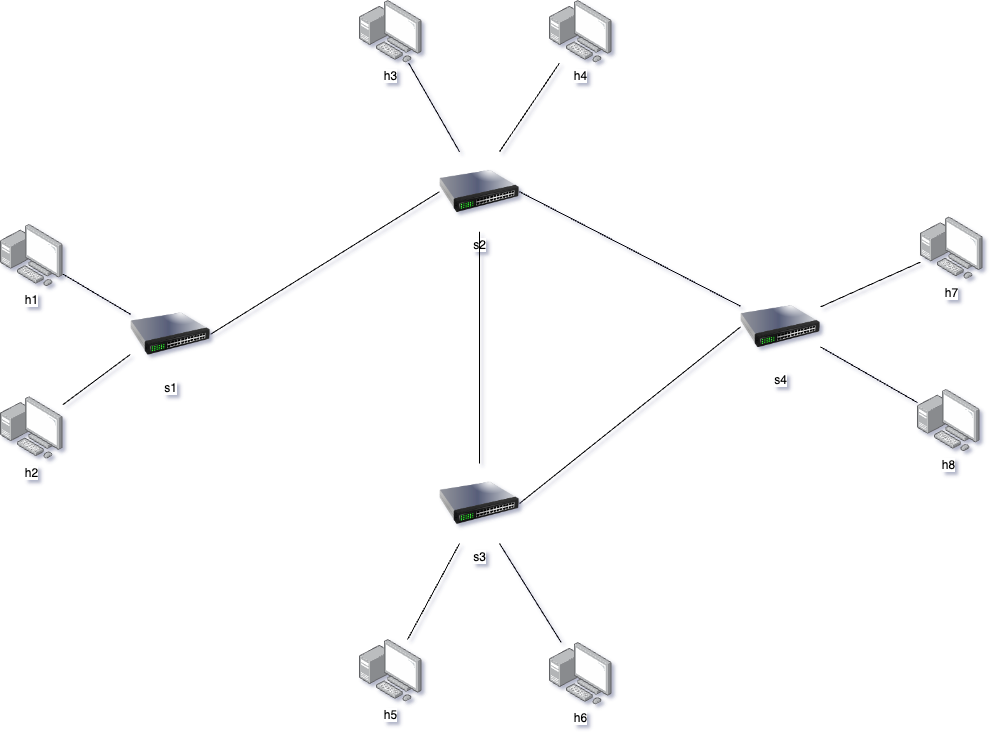
Above: static/topology.png in OrdnasselaOttogim/networkSlicing (draw.io), before the change. Source tidied: cells renumbered, new cells last; positions are measured from the earlier drawing's top-left corner, leaving out a move shared by most shapes.
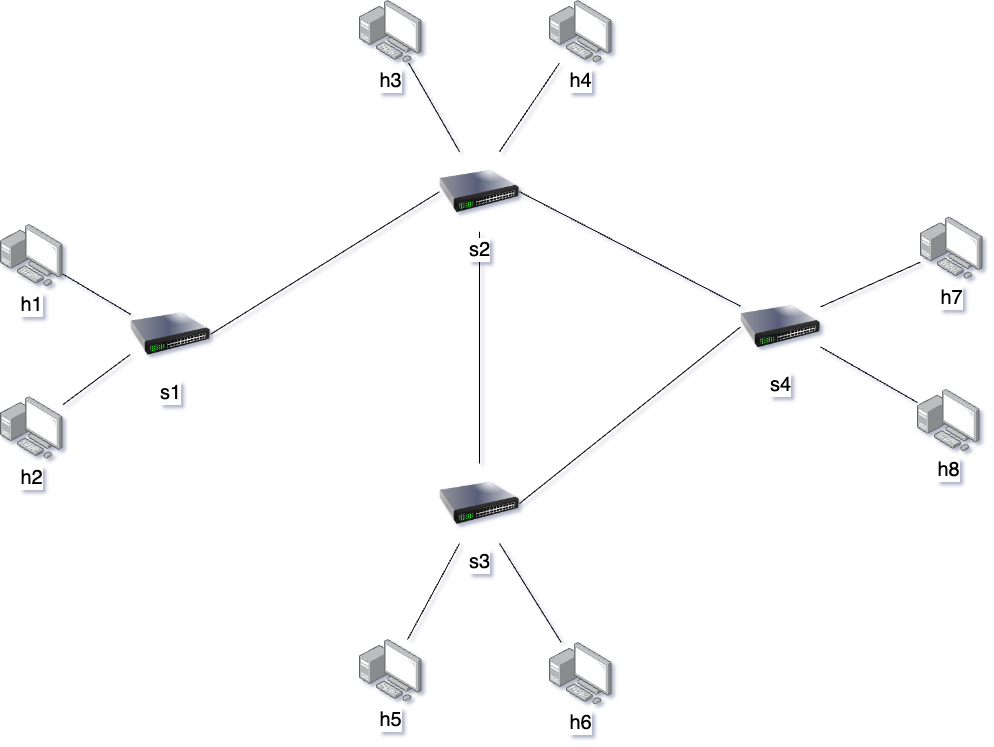
The same diagram one commit later.

Commit message:
slice indicators added, topology image updated

Diff of the diagram source:
```diff
@@ -2,76 +2,76 @@
   <root>
     <mxCell id="0" />
     <mxCell id="1" parent="0" />
+    <mxCell id="15" style="endArrow=none;html=1;rounded=0;fontSize=20;startSize=8;endSize=8;curved=1;exitX=0.5;exitY=0;exitDx=0;exitDy=0;entryX=0.5;entryY=1;entryDx=0;entryDy=0;" parent="1" edge="1" source="2" target="5">
+      <mxGeometry relative="1" as="geometry" />
+    </mxCell>
-    <mxCell id="2" value="s3" style="image;html=1;image=img/lib/clip_art/networking/Switch_128x128.png;" parent="1" vertex="1">
+    <mxCell id="2" value="s3" style="image;html=1;image=img/lib/clip_art/networking/Switch_128x128.png;fontSize=20;" parent="1" vertex="1">
       <mxGeometry x="439" y="463" width="80" height="80" as="geometry" />
     </mxCell>
-    <mxCell id="3" value="s1" style="image;html=1;image=img/lib/clip_art/networking/Switch_128x128.png;" parent="1" vertex="1">
+    <mxCell id="3" value="s1" style="image;html=1;image=img/lib/clip_art/networking/Switch_128x128.png;fontSize=20;" parent="1" vertex="1">
       <mxGeometry x="130" y="293.8" width="80" height="80" as="geometry" />
     </mxCell>
-    <mxCell id="4" value="s4" style="image;html=1;image=img/lib/clip_art/networking/Switch_128x128.png;" parent="1" vertex="1">
+    <mxCell id="4" value="s4" style="image;html=1;image=img/lib/clip_art/networking/Switch_128x128.png;fontSize=20;" parent="1" vertex="1">
       <mxGeometry x="740" y="286.4" width="80" height="80" as="geometry" />
     </mxCell>
-    <mxCell id="5" value="s2" style="image;html=1;image=img/lib/clip_art/networking/Switch_128x128.png;" parent="1" vertex="1">
+    <mxCell id="5" value="s2" style="image;html=1;image=img/lib/clip_art/networking/Switch_128x128.png;fontSize=20;horizontal=1;verticalAlign=top;" parent="1" vertex="1">
       <mxGeometry x="439" y="151.2" width="80" height="80" as="geometry" />
     </mxCell>
-    <mxCell id="6" value="h1" style="image;points=[];html=1;align=center;shadow=0;dashed=0;image=img/lib/allied_telesis/computer_and_terminals/Personal_Computer_with_Server.svg;" parent="1" vertex="1">
+    <mxCell id="6" value="h1" style="image;points=[];html=1;align=center;shadow=0;dashed=0;image=img/lib/allied_telesis/computer_and_terminals/Personal_Computer_with_Server.svg;fontSize=20;" parent="1" vertex="1">
       <mxGeometry y="223.8" width="62.4" height="62.4" as="geometry" />
     </mxCell>
-    <mxCell id="7" value="h2" style="image;points=[];html=1;align=center;shadow=0;dashed=0;image=img/lib/allied_telesis/computer_and_terminals/Personal_Computer_with_Server.svg;" parent="1" vertex="1">
+    <mxCell id="7" value="h2" style="image;points=[];html=1;align=center;shadow=0;dashed=0;image=img/lib/allied_telesis/computer_and_terminals/Personal_Computer_with_Server.svg;fontSize=20;" parent="1" vertex="1">
       <mxGeometry y="396.2" width="62.4" height="62.4" as="geometry" />
     </mxCell>
-    <mxCell id="8" value="h3" style="image;points=[];html=1;align=center;shadow=0;dashed=0;image=img/lib/allied_telesis/computer_and_terminals/Personal_Computer_with_Server.svg;" parent="1" vertex="1">
+    <mxCell id="8" value="h3" style="image;points=[];html=1;align=center;shadow=0;dashed=0;image=img/lib/allied_telesis/computer_and_terminals/Personal_Computer_with_Server.svg;fontSize=20;" parent="1" vertex="1">
       <mxGeometry x="359" width="62.4" height="62.4" as="geometry" />
     </mxCell>
-    <mxCell id="9" value="h4" style="image;points=[];html=1;align=center;shadow=0;dashed=0;image=img/lib/allied_telesis/computer_and_terminals/Personal_Computer_with_Server.svg;" parent="1" vertex="1">
+    <mxCell id="9" value="h4" style="image;points=[];html=1;align=center;shadow=0;dashed=0;image=img/lib/allied_telesis/computer_and_terminals/Personal_Computer_with_Server.svg;fontSize=20;" parent="1" vertex="1">
       <mxGeometry x="549" width="62.4" height="62.4" as="geometry" />
     </mxCell>
-    <mxCell id="10" value="h5" style="image;points=[];html=1;align=center;shadow=0;dashed=0;image=img/lib/allied_telesis/computer_and_terminals/Personal_Computer_with_Server.svg;" parent="1" vertex="1">
+    <mxCell id="10" value="h5" style="image;points=[];html=1;align=center;shadow=0;dashed=0;image=img/lib/allied_telesis/computer_and_terminals/Personal_Computer_with_Server.svg;fontSize=20;" parent="1" vertex="1">
       <mxGeometry x="359" y="639" width="62.4" height="62.4" as="geometry" />
     </mxCell>
-    <mxCell id="11" value="h6" style="image;points=[];html=1;align=center;shadow=0;dashed=0;image=img/lib/allied_telesis/computer_and_terminals/Personal_Computer_with_Server.svg;" parent="1" vertex="1">
+    <mxCell id="11" value="h6" style="image;points=[];html=1;align=center;shadow=0;dashed=0;image=img/lib/allied_telesis/computer_and_terminals/Personal_Computer_with_Server.svg;fontSize=20;" parent="1" vertex="1">
       <mxGeometry x="549" y="642" width="62.4" height="62.4" as="geometry" />
     </mxCell>
-    <mxCell id="12" value="h7" style="image;points=[];html=1;align=center;shadow=0;dashed=0;image=img/lib/allied_telesis/computer_and_terminals/Personal_Computer_with_Server.svg;" parent="1" vertex="1">
+    <mxCell id="12" value="h7" style="image;points=[];html=1;align=center;shadow=0;dashed=0;image=img/lib/allied_telesis/computer_and_terminals/Personal_Computer_with_Server.svg;fontSize=20;" parent="1" vertex="1">
       <mxGeometry x="920" y="216.4" width="62.4" height="62.4" as="geometry" />
     </mxCell>
-    <mxCell id="13" value="h8" style="image;points=[];html=1;align=center;shadow=0;dashed=0;image=img/lib/allied_telesis/computer_and_terminals/Personal_Computer_with_Server.svg;" parent="1" vertex="1">
+    <mxCell id="13" value="h8" style="image;points=[];html=1;align=center;shadow=0;dashed=0;image=img/lib/allied_telesis/computer_and_terminals/Personal_Computer_with_Server.svg;fontSize=20;" parent="1" vertex="1">
       <mxGeometry x="917" y="388.8" width="62.4" height="62.4" as="geometry" />
     </mxCell>
-    <mxCell id="14" style="endArrow=none;html=1;rounded=0;fontSize=12;startSize=8;endSize=8;curved=1;exitX=1;exitY=0.5;exitDx=0;exitDy=0;entryX=0;entryY=0.5;entryDx=0;entryDy=0;" parent="1" edge="1" source="3" target="5">
+    <mxCell id="14" style="endArrow=none;html=1;rounded=0;fontSize=20;startSize=8;endSize=8;curved=1;exitX=1;exitY=0.5;exitDx=0;exitDy=0;entryX=0;entryY=0.5;entryDx=0;entryDy=0;" parent="1" edge="1" source="3" target="5">
       <mxGeometry relative="1" as="geometry" />
     </mxCell>
-    <mxCell id="15" style="endArrow=none;html=1;rounded=0;fontSize=12;startSize=8;endSize=8;curved=1;exitX=0.5;exitY=0;exitDx=0;exitDy=0;entryX=0.5;entryY=1;entryDx=0;entryDy=0;" parent="1" edge="1" source="2" target="5">
-      <mxGeometry relative="1" as="geometry" />
-    </mxCell>
-    <mxCell id="16" style="endArrow=none;html=1;rounded=0;fontSize=12;startSize=8;endSize=8;curved=1;exitX=1;exitY=0.5;exitDx=0;exitDy=0;entryX=0;entryY=0.5;entryDx=0;entryDy=0;" parent="1" edge="1" source="2" target="4">
+    <mxCell id="16" style="endArrow=none;html=1;rounded=0;fontSize=20;startSize=8;endSize=8;curved=1;exitX=1;exitY=0.5;exitDx=0;exitDy=0;entryX=0;entryY=0.5;entryDx=0;entryDy=0;" parent="1" edge="1" source="2" target="4">
       <mxGeometry relative="1" as="geometry" />
     </mxCell>
-    <mxCell id="17" style="endArrow=none;html=1;rounded=0;fontSize=12;startSize=8;endSize=8;curved=1;entryX=0;entryY=0.25;entryDx=0;entryDy=0;" parent="1" edge="1" source="6" target="3">
+    <mxCell id="17" style="endArrow=none;html=1;rounded=0;fontSize=20;startSize=8;endSize=8;curved=1;entryX=0;entryY=0.25;entryDx=0;entryDy=0;" parent="1" edge="1" source="6" target="3">
       <mxGeometry relative="1" as="geometry" />
     </mxCell>
-    <mxCell id="18" style="endArrow=none;html=1;rounded=0;fontSize=12;startSize=8;endSize=8;curved=1;entryX=0;entryY=0.75;entryDx=0;entryDy=0;" parent="1" edge="1" source="7" target="3">
+    <mxCell id="18" style="endArrow=none;html=1;rounded=0;fontSize=20;startSize=8;endSize=8;curved=1;entryX=0;entryY=0.75;entryDx=0;entryDy=0;" parent="1" edge="1" source="7" target="3">
       <mxGeometry relative="1" as="geometry" />
     </mxCell>
-    <mxCell id="19" style="endArrow=none;html=1;rounded=0;fontSize=12;startSize=8;endSize=8;curved=1;entryX=0.25;entryY=0;entryDx=0;entryDy=0;" parent="1" edge="1" source="8" target="5">
+    <mxCell id="19" style="endArrow=none;html=1;rounded=0;fontSize=20;startSize=8;endSize=8;curved=1;entryX=0.25;entryY=0;entryDx=0;entryDy=0;" parent="1" edge="1" source="8" target="5">
       <mxGeometry relative="1" as="geometry" />
     </mxCell>
-    <mxCell id="20" style="endArrow=none;html=1;rounded=0;fontSize=12;startSize=8;endSize=8;curved=1;exitX=0.75;exitY=0;exitDx=0;exitDy=0;" parent="1" edge="1" source="5" target="9">
+    <mxCell id="20" style="endArrow=none;html=1;rounded=0;fontSize=20;startSize=8;endSize=8;curved=1;exitX=0.75;exitY=0;exitDx=0;exitDy=0;" parent="1" edge="1" source="5" target="9">
       <mxGeometry relative="1" as="geometry" />
     </mxCell>
-    <mxCell id="21" style="endArrow=none;html=1;rounded=0;fontSize=12;startSize=8;endSize=8;curved=1;entryX=0.25;entryY=1;entryDx=0;entryDy=0;" parent="1" edge="1" source="10" target="2">
+    <mxCell id="21" style="endArrow=none;html=1;rounded=0;fontSize=20;startSize=8;endSize=8;curved=1;entryX=0.25;entryY=1;entryDx=0;entryDy=0;" parent="1" edge="1" source="10" target="2">
       <mxGeometry relative="1" as="geometry" />
     </mxCell>
-    <mxCell id="22" style="endArrow=none;html=1;rounded=0;fontSize=12;startSize=8;endSize=8;curved=1;entryX=0.75;entryY=1;entryDx=0;entryDy=0;" parent="1" edge="1" source="11" target="2">
+    <mxCell id="22" style="endArrow=none;html=1;rounded=0;fontSize=20;startSize=8;endSize=8;curved=1;entryX=0.75;entryY=1;entryDx=0;entryDy=0;" parent="1" edge="1" source="11" target="2">
       <mxGeometry relative="1" as="geometry" />
     </mxCell>
-    <mxCell id="23" style="endArrow=none;html=1;rounded=0;fontSize=12;startSize=8;endSize=8;curved=1;entryX=1;entryY=0.25;entryDx=0;entryDy=0;" parent="1" edge="1" source="12" target="4">
+    <mxCell id="23" style="endArrow=none;html=1;rounded=0;fontSize=20;startSize=8;endSize=8;curved=1;entryX=1;entryY=0.25;entryDx=0;entryDy=0;" parent="1" edge="1" source="12" target="4">
       <mxGeometry relative="1" as="geometry" />
     </mxCell>
-    <mxCell id="24" style="endArrow=none;html=1;rounded=0;fontSize=12;startSize=8;endSize=8;curved=1;entryX=1;entryY=0.75;entryDx=0;entryDy=0;" parent="1" edge="1" source="13" target="4">
+    <mxCell id="24" style="endArrow=none;html=1;rounded=0;fontSize=20;startSize=8;endSize=8;curved=1;entryX=1;entryY=0.75;entryDx=0;entryDy=0;" parent="1" edge="1" source="13" target="4">
       <mxGeometry relative="1" as="geometry" />
     </mxCell>
-    <mxCell id="25" style="endArrow=none;html=1;rounded=0;fontSize=12;startSize=8;endSize=8;curved=1;entryX=1;entryY=0.5;entryDx=0;entryDy=0;" parent="1" edge="1" source="4" target="5">
+    <mxCell id="25" style="endArrow=none;html=1;rounded=0;fontSize=20;startSize=8;endSize=8;curved=1;entryX=1;entryY=0.5;entryDx=0;entryDy=0;" parent="1" edge="1" source="4" target="5">
       <mxGeometry relative="1" as="geometry" />
     </mxCell>
   </root>
```
